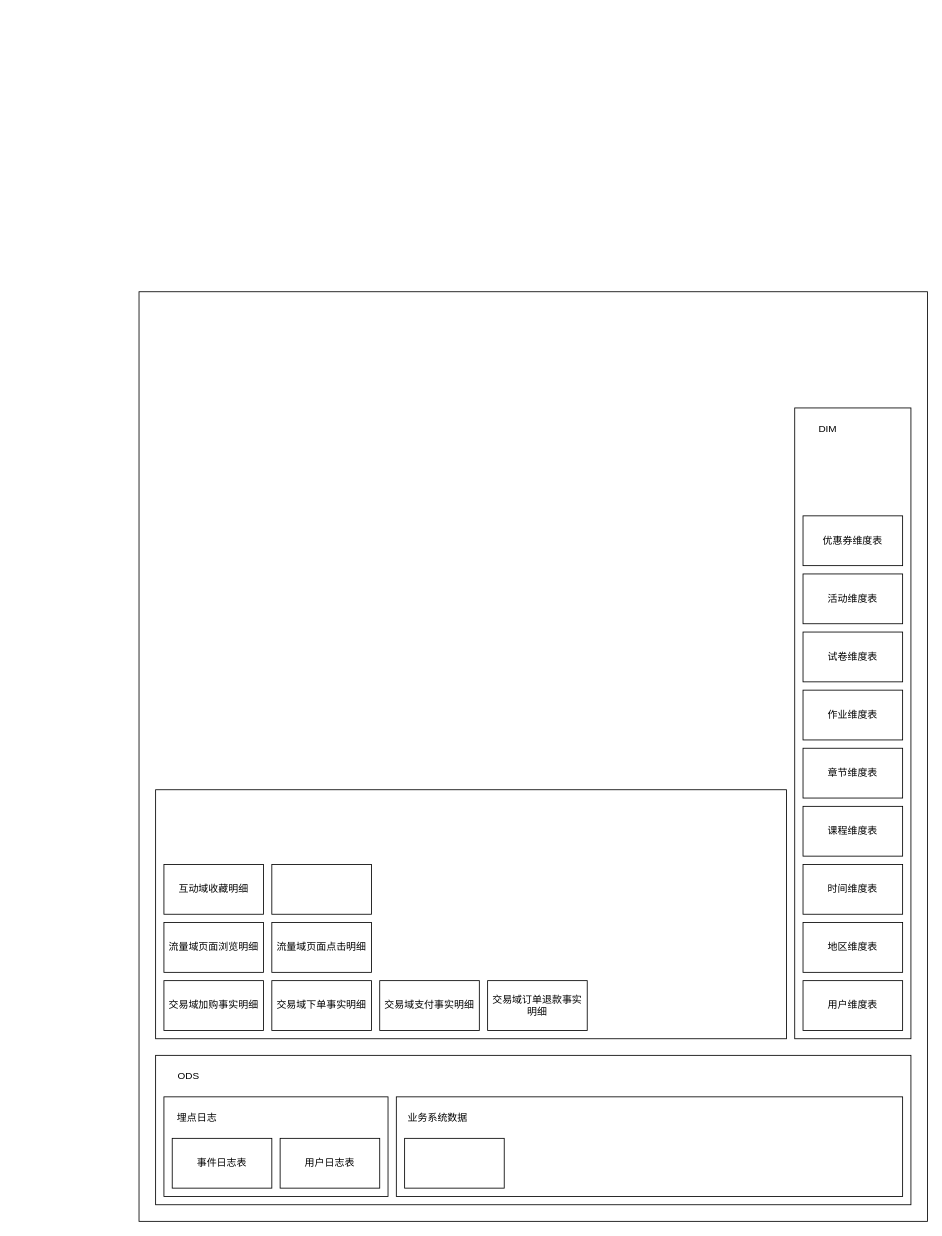
This is 离线数仓分层架构.drawio from Jacoulin/draw, a draw.io file, before an edit. Source tidied: cells renumbered, new cells numbered last; positions are measured from the earlier drawing's top-left corner, leaving out a move shared by most shapes. Both pictures are drawn from the tidied source at 83%, with x=0, y=0 at pixel (139, 291).
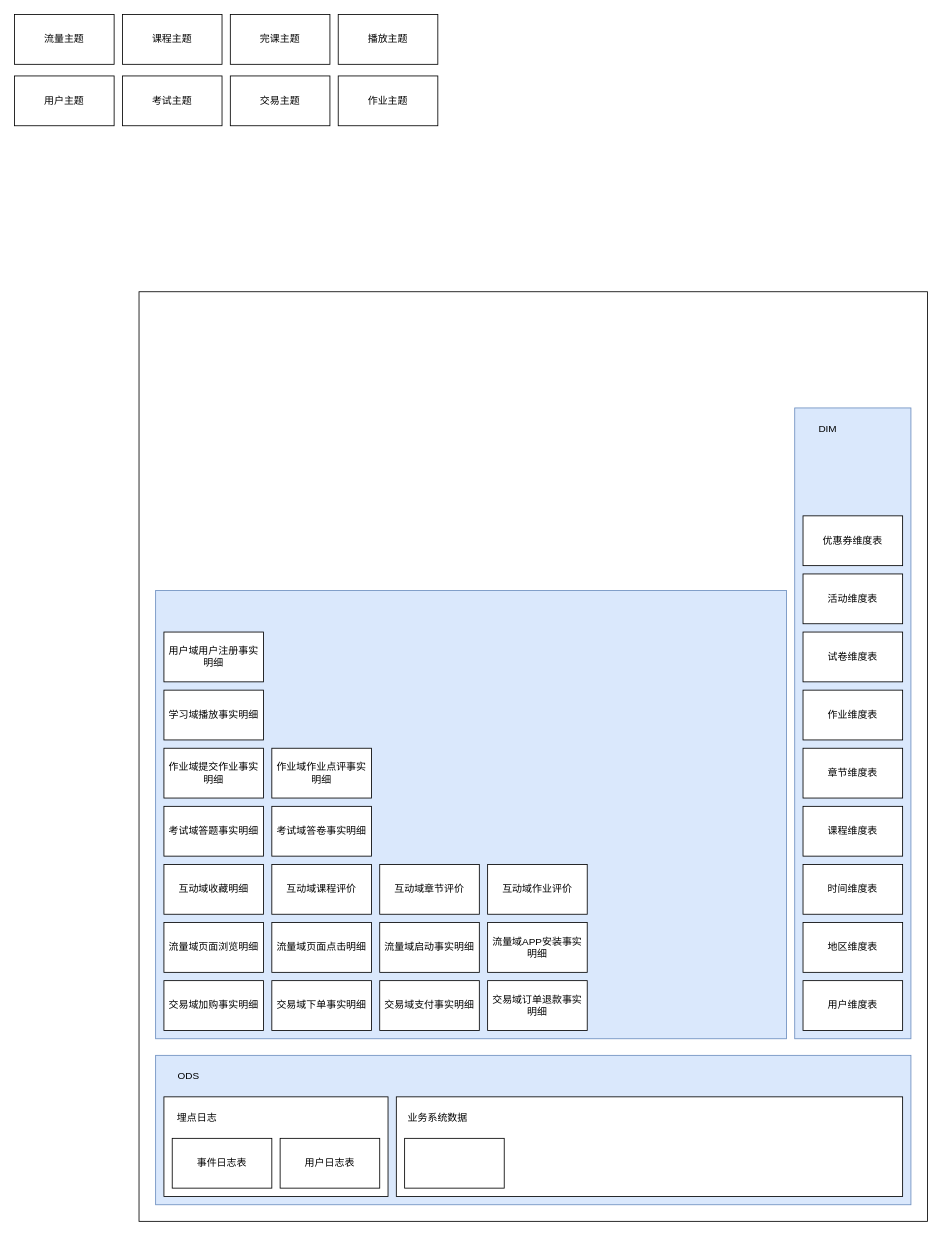
The same diagram, later.

Commit message:
更新离线数仓分层架构.drawio

Change to the diagram source:
```diff
@@
-    <mxCell id="2" style="rounded=0;whiteSpace=wrap;html=1;" parent="1" vertex="1">
+    <mxCell id="2" style="rounded=0;whiteSpace=wrap;html=1;fillColor=none;glass=0;" parent="1" vertex="1">
       <mxGeometry width="950" height="1120" as="geometry" />
     </mxCell>
-    <mxCell id="3" style="rounded=0;whiteSpace=wrap;html=1;" parent="1" vertex="1">
+    <mxCell id="3" style="rounded=0;whiteSpace=wrap;html=1;fillColor=#dae8fc;strokeColor=#6c8ebf;" parent="1" vertex="1">
       <mxGeometry x="20" y="920" width="910" height="180" as="geometry" />
     </mxCell>
@@
-    <mxCell id="12" style="rounded=0;whiteSpace=wrap;html=1;" parent="1" vertex="1">
-      <mxGeometry x="20" y="600" width="760" height="300" as="geometry" />
+    <mxCell id="12" style="rounded=0;whiteSpace=wrap;html=1;fillColor=#dae8fc;strokeColor=#6c8ebf;" parent="1" vertex="1">
+      <mxGeometry x="20" y="360" width="760" height="540" as="geometry" />
     </mxCell>
-    <mxCell id="13" style="rounded=0;whiteSpace=wrap;html=1;" parent="1" vertex="1">
+    <mxCell id="13" style="rounded=0;whiteSpace=wrap;html=1;fillColor=#dae8fc;strokeColor=#6c8ebf;" parent="1" vertex="1">
       <mxGeometry x="790" y="140" width="140" height="760" as="geometry" />
     </mxCell>
@@
-    <mxCell id="31" style="rounded=0;whiteSpace=wrap;html=1;" parent="1" vertex="1">
+    <mxCell id="31" value="互动域课程评价" style="rounded=0;whiteSpace=wrap;html=1;" parent="1" vertex="1">
       <mxGeometry x="160" y="690" width="120" height="60" as="geometry" />
     </mxCell>
+    <mxCell id="32" value="流量主题" style="rounded=0;whiteSpace=wrap;html=1;" parent="1" vertex="1">
+      <mxGeometry x="-150" y="-334" width="120" height="60" as="geometry" />
+    </mxCell>
+    <mxCell id="33" value="用户主题" style="rounded=0;whiteSpace=wrap;html=1;" parent="1" vertex="1">
+      <mxGeometry x="-150" y="-260" width="120" height="60" as="geometry" />
+    </mxCell>
+    <mxCell id="34" value="课程主题" style="rounded=0;whiteSpace=wrap;html=1;" parent="1" vertex="1">
+      <mxGeometry x="-20" y="-334" width="120" height="60" as="geometry" />
+    </mxCell>
+    <mxCell id="35" value="考试主题" style="rounded=0;whiteSpace=wrap;html=1;" parent="1" vertex="1">
+      <mxGeometry x="-20" y="-260" width="120" height="60" as="geometry" />
+    </mxCell>
+    <mxCell id="36" value="完课主题" style="rounded=0;whiteSpace=wrap;html=1;" parent="1" vertex="1">
+      <mxGeometry x="110" y="-334" width="120" height="60" as="geometry" />
+    </mxCell>
+    <mxCell id="37" value="交易主题" style="rounded=0;whiteSpace=wrap;html=1;" parent="1" vertex="1">
+      <mxGeometry x="110" y="-260" width="120" height="60" as="geometry" />
+    </mxCell>
+    <mxCell id="38" value="播放主题" style="rounded=0;whiteSpace=wrap;html=1;" parent="1" vertex="1">
+      <mxGeometry x="240" y="-334" width="120" height="60" as="geometry" />
+    </mxCell>
+    <mxCell id="39" value="作业主题" style="rounded=0;whiteSpace=wrap;html=1;" parent="1" vertex="1">
+      <mxGeometry x="240" y="-260" width="120" height="60" as="geometry" />
+    </mxCell>
+    <mxCell id="40" value="互动域章节评价" style="rounded=0;whiteSpace=wrap;html=1;" parent="1" vertex="1">
+      <mxGeometry x="290" y="690" width="120" height="60" as="geometry" />
+    </mxCell>
+    <mxCell id="41" value="互动域作业评价" style="rounded=0;whiteSpace=wrap;html=1;" parent="1" vertex="1">
+      <mxGeometry x="420" y="690" width="120" height="60" as="geometry" />
+    </mxCell>
+    <mxCell id="42" value="作业域提交作业事实明细" style="rounded=0;whiteSpace=wrap;html=1;" parent="1" vertex="1">
+      <mxGeometry x="30" y="550" width="120" height="60" as="geometry" />
+    </mxCell>
+    <mxCell id="43" value="考试域答题事实明细" style="rounded=0;whiteSpace=wrap;html=1;" parent="1" vertex="1">
+      <mxGeometry x="30" y="620" width="120" height="60" as="geometry" />
+    </mxCell>
+    <mxCell id="44" value="考试域答卷事实明细" style="rounded=0;whiteSpace=wrap;html=1;" parent="1" vertex="1">
+      <mxGeometry x="160" y="620" width="120" height="60" as="geometry" />
+    </mxCell>
+    <mxCell id="45" value="学习域播放事实明细" style="rounded=0;whiteSpace=wrap;html=1;" parent="1" vertex="1">
+      <mxGeometry x="30" y="480" width="120" height="60" as="geometry" />
+    </mxCell>
+    <mxCell id="46" value="用户域用户注册事实明细" style="rounded=0;whiteSpace=wrap;html=1;" parent="1" vertex="1">
+      <mxGeometry x="30" y="410" width="120" height="60" as="geometry" />
+    </mxCell>
+    <mxCell id="47" value="流量域启动事实明细" style="rounded=0;whiteSpace=wrap;html=1;" parent="1" vertex="1">
+      <mxGeometry x="290" y="760" width="120" height="60" as="geometry" />
+    </mxCell>
+    <mxCell id="48" value="作业域作业点评事实明细" style="rounded=0;whiteSpace=wrap;html=1;" parent="1" vertex="1">
+      <mxGeometry x="160" y="550" width="120" height="60" as="geometry" />
+    </mxCell>
+    <mxCell id="49" value="流量域APP安装事实明细" style="rounded=0;whiteSpace=wrap;html=1;" parent="1" vertex="1">
+      <mxGeometry x="420" y="760" width="120" height="60" as="geometry" />
+    </mxCell>
```
